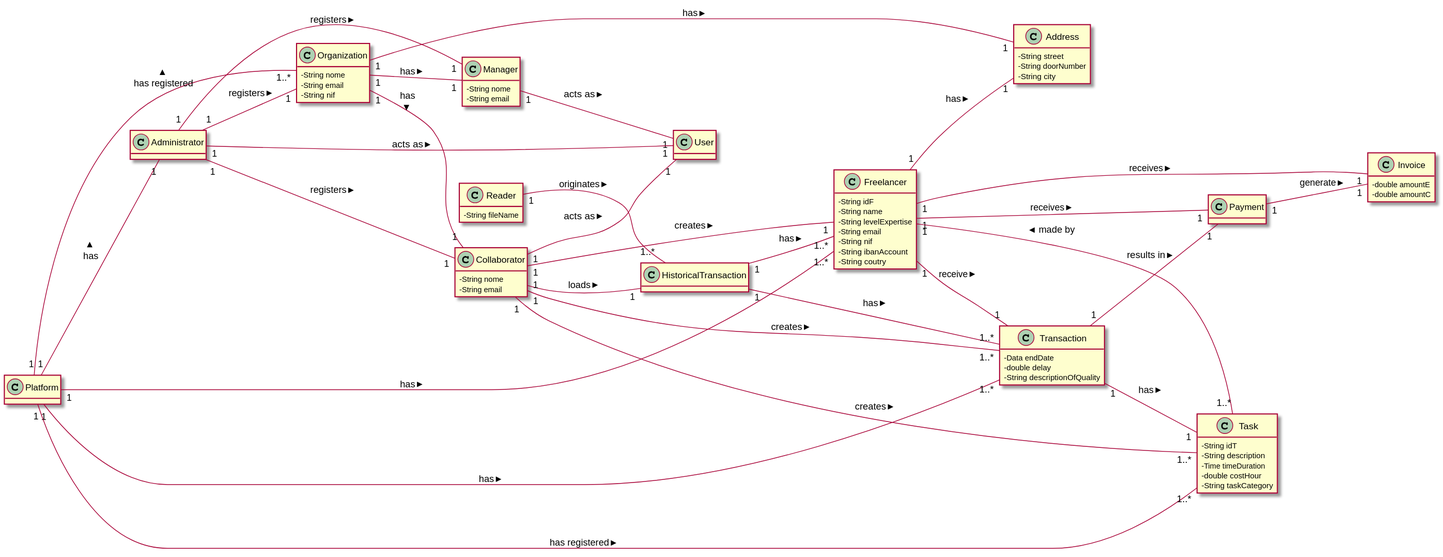
Earlier version of the PlantUML export docs/MD/LAPR2_MD.svg (1190452/LAPR2).
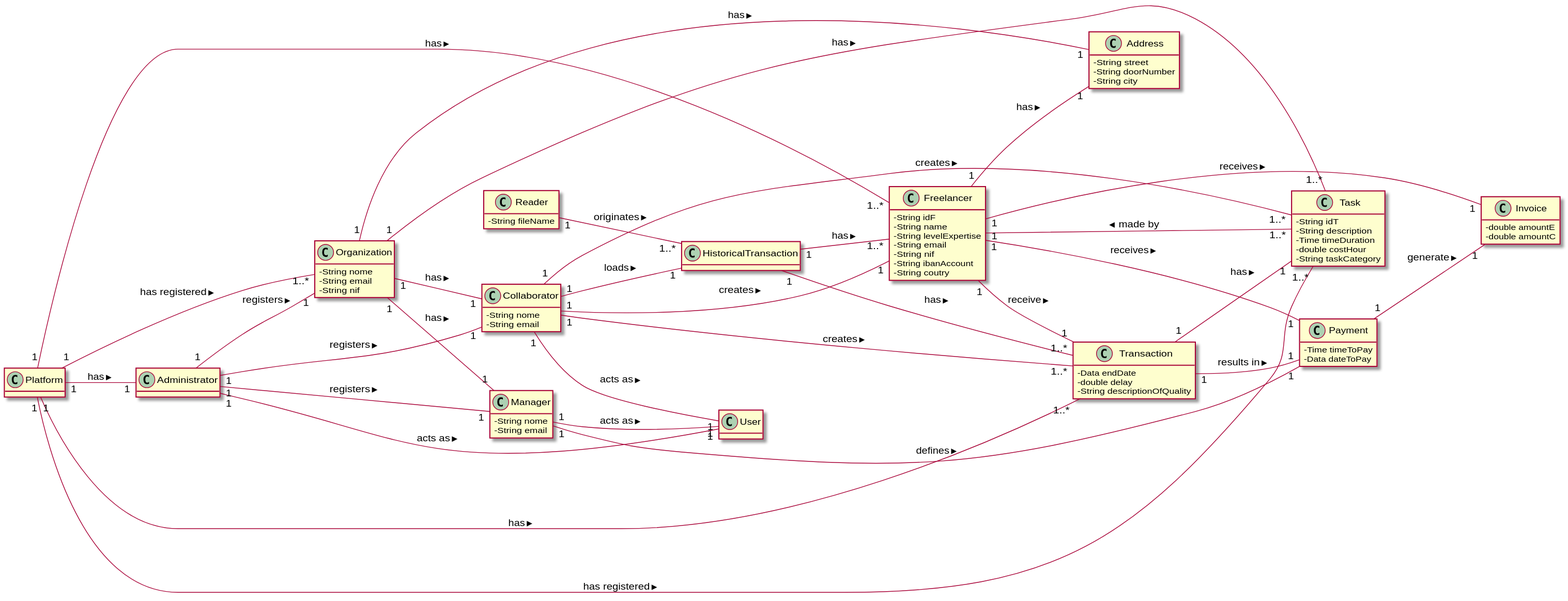
Later version of the same file.

Change to the diagram source:
```diff
@@ -63,6 +63,8 @@
 }
 
 class Payment{
+  -Time timeToPay
+  -Data dateToPay
 }
 
 class Reader {
@@ -88,8 +90,10 @@
 Organization "1" -- "1" Address: has >
 Organization "1" -- "1" Manager: has >
 Organization "1" -- "1" Collaborator: has >
+Organization "1" -- "1..*" Task: has >
 
 Manager "1" -- "1" User: acts as >
+Manager "1" -- "1" Payment: defines >
 
 Administrator "1" -- "1" Organization: registers >
 Administrator "1" -- "1" User: acts as >
@@ -113,7 +117,4 @@
 Collaborator "1" -- "1..*" Transaction: creates >
 Collaborator "1" -- "1" User: acts as >
 Collaborator "1" -- "1" HistoricalTransaction: loads >
-
-
-
 @enduml
```
